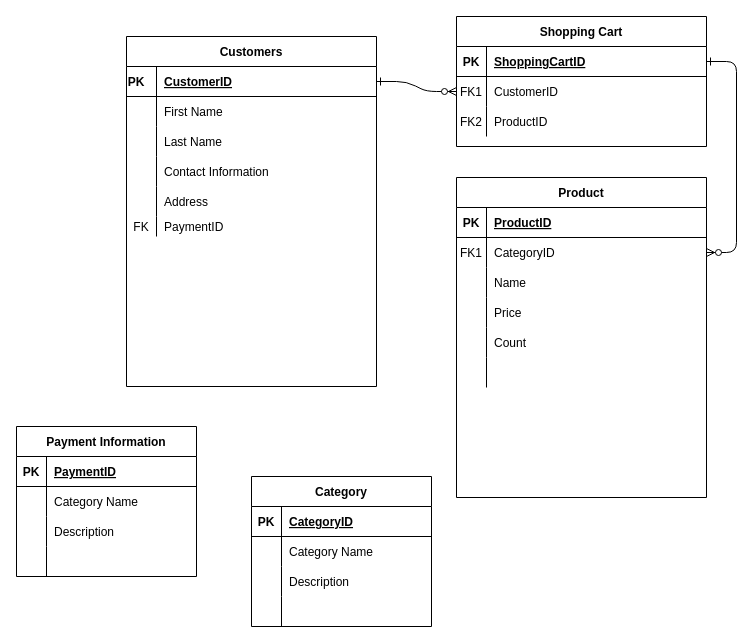
The draw.io diagram Untitled Diagram.drawio in NotNanetteKaye/EntityDiagram, before the edit. Source tidied: cells renumbered, new cells numbered last; positions are measured from the earlier drawing's top-left corner, leaving out a move shared by most shapes. Both pictures are drawn from the tidied source at 100%, with x=0, y=0 at pixel (16, 16).
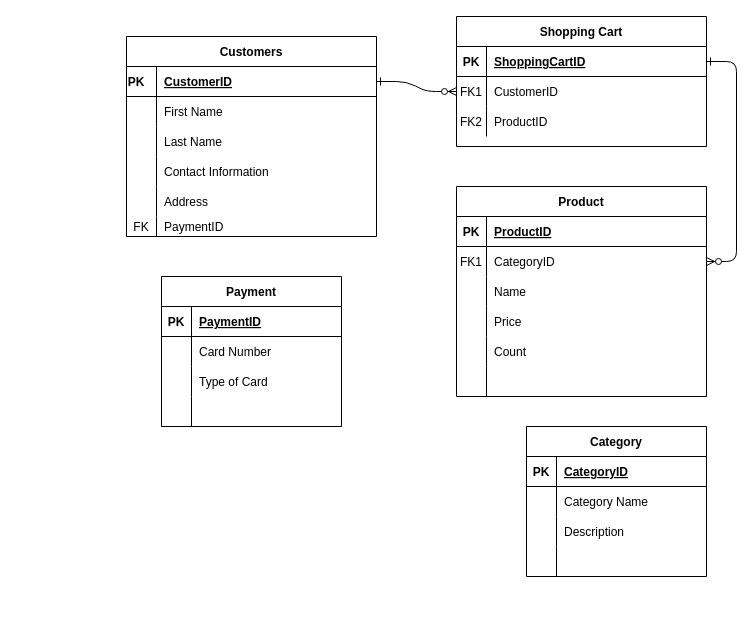
After the change.

Commit message:
Organized layout of Untitled Diagram

Unchanged cells that the change refers to:
```xml
<mxCell id="71" style="shape=tableRow;horizontal=0;startSize=0;swimlaneHead=0;swimlaneBody=0;fillColor=none;top=0;left=0;right=0;bottom=0;" parent="67" vertex="1">
  <mxGeometry y="60" width="180" height="30" as="geometry" />
</mxCell>
<mxCell id="74" style="shape=tableRow;horizontal=0;startSize=0;swimlaneHead=0;swimlaneBody=0;fillColor=none;top=0;left=0;right=0;bottom=0;" parent="67" vertex="1">
  <mxGeometry y="90" width="180" height="30" as="geometry" />
</mxCell>
```

What changed in the source:
```diff
@@
     <mxCell id="14" value="Product" style="shape=table;startSize=30;childLayout=tableLayout;rowLines=0;fontStyle=1;align=center;" parent="1" vertex="1">
-      <mxGeometry x="440" y="161" width="250" height="320" as="geometry" />
+      <mxGeometry x="440" y="170" width="250" height="210" as="geometry" />
     </mxCell>
@@
     <mxCell id="33" value="Customers" style="shape=table;startSize=30;childLayout=tableLayout;rowLines=0;fontStyle=1;align=center;" parent="1" vertex="1">
-      <mxGeometry x="110" y="20" width="250" height="350" as="geometry" />
+      <mxGeometry x="110" y="20" width="250" height="200" as="geometry" />
     </mxCell>
@@
     <mxCell id="52" value="Category" style="shape=table;startSize=30;childLayout=tableLayout;rowLines=0;fontStyle=1;align=center;" parent="1" vertex="1">
-      <mxGeometry x="235" y="460" width="180" height="150" as="geometry" />
+      <mxGeometry x="510" y="410" width="180" height="150" as="geometry" />
     </mxCell>
@@
-    <mxCell id="67" value="Payment Information" style="shape=table;startSize=30;childLayout=tableLayout;rowLines=0;fontStyle=1;align=center;" parent="1" vertex="1">
-      <mxGeometry y="410" width="180" height="150" as="geometry" />
+    <mxCell id="67" value="Payment" style="shape=table;startSize=30;childLayout=tableLayout;rowLines=0;fontStyle=1;align=center;" parent="1" vertex="1">
+      <mxGeometry x="145" y="260" width="180" height="150" as="geometry" />
     </mxCell>
@@
-    <mxCell id="73" value="Category Name" style="shape=partialRectangle;fillColor=none;top=0;left=0;bottom=0;right=0;align=left;spacingLeft=6;overflow=hidden;" parent="71" vertex="1">
+    <mxCell id="73" value="Card Number" style="shape=partialRectangle;fillColor=none;top=0;left=0;bottom=0;right=0;align=left;spacingLeft=6;overflow=hidden;" parent="71" vertex="1">
       <mxGeometry x="30" width="150" height="30" as="geometry" />
     </mxCell>
@@
-    <mxCell id="75" style="shape=partialRectangle;fillColor=none;top=0;left=0;bottom=0;right=0;overflow=hidden;" parent="74" vertex="1">
+    <mxCell id="75" value="    " style="shape=partialRectangle;fillColor=none;top=0;left=0;bottom=0;right=0;overflow=hidden;" parent="74" vertex="1">
       <mxGeometry width="30" height="30" as="geometry" />
     </mxCell>
-    <mxCell id="76" value="Description" style="shape=partialRectangle;fillColor=none;top=0;left=0;bottom=0;right=0;align=left;spacingLeft=6;overflow=hidden;" parent="74" vertex="1">
+    <mxCell id="76" value="Type of Card" style="shape=partialRectangle;fillColor=none;top=0;left=0;bottom=0;right=0;align=left;spacingLeft=6;overflow=hidden;" parent="74" vertex="1">
       <mxGeometry x="30" width="150" height="30" as="geometry" />
     </mxCell>
```
